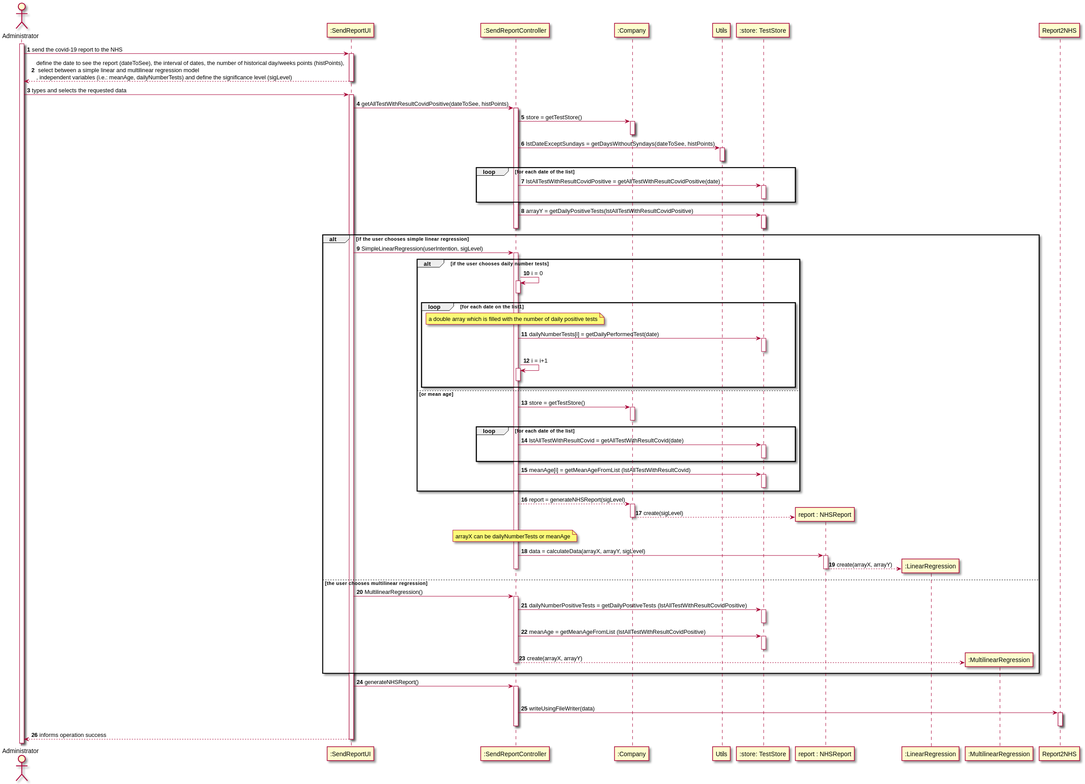
The PlantUML diagram docs/SprintD/US18/US18-SD.svg in 0franciscor/lei-21-s2-1de-g19, before a commit.
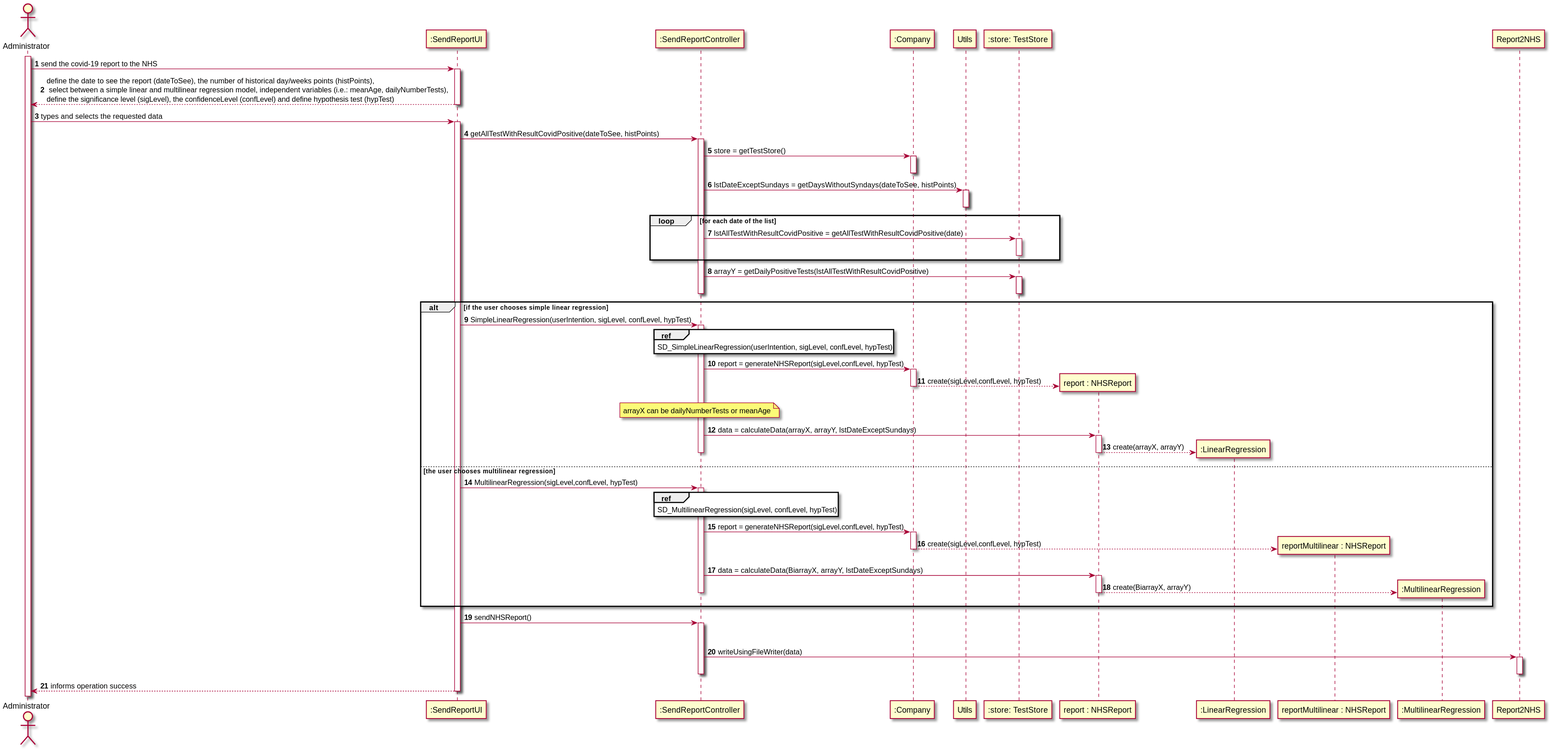
After the change.

Commit message:
[US18] - Alterações no SD e adição de user interactions

What changed in the source:
```diff
@@ -8,7 +8,7 @@
 
 A -> ":SendReportUI" : send the covid-19 report to the NHS
 activate ":SendReportUI"
-":SendReportUI" --> A: define the date to see the report (dateToSee), the interval of dates, the number of historical day/weeks points (histPoints), \n select between a simple linear and multilinear regression model\n, independent variables (i.e.: meanAge, dailyNumberTests) and define the significance level (sigLevel)
+":SendReportUI" --> A: define the date to see the report (dateToSee), the number of historical day/weeks points (histPoints),\n select between a simple linear and multilinear regression model, independent variables (i.e.: meanAge, dailyNumberTests), \ndefine the significance level (sigLevel), the confidenceLevel (confLevel) and define hypothesis test (hypTest)
 deactivate ":SendReportUI"
 
 A -> ":SendReportUI" : types and selects the requested data
@@ -40,58 +40,20 @@
 
 
 alt if the user chooses simple linear regression
-":SendReportUI" -> ":SendReportController" : SimpleLinearRegression(userIntention, sigLevel)
+":SendReportUI" -> ":SendReportController" : SimpleLinearRegression(userIntention, sigLevel, confLevel, hypTest)
 activate ":SendReportController"
 
-alt if the user chooses daily number tests
+ref over ":SendReportController" : SD_SimpleLinearRegression(userIntention, sigLevel, confLevel, hypTest)
 
-":SendReportController" -> ":SendReportController" : i = 0
-activate ":SendReportController"
-deactivate ":SendReportController"
-
-loop for each date on the list1
-note over ":SendReportController" : a double array which is filled with the number of daily positive tests
-":SendReportController" -> ":store: TestStore" : dailyNumberTests[i] = getDailyPerformedTest(date)
-activate ":store: TestStore"
-deactivate ":store: TestStore"
-
-
-":SendReportController" -> ":SendReportController" ++: i = i+1
-deactivate ":SendReportController"
-end
-
-else or mean age
-
-":SendReportController" -> ":Company" : store = getTestStore()
-activate ":Company"
-deactivate
-
-loop for each date of the list
-":SendReportController" -> ":store: TestStore" : lstAllTestWithResultCovid = getAllTestWithResultCovid(date)
-activate ":store: TestStore"
-deactivate ":store: TestStore"
-end
-
-
-
-
-
-
-":SendReportController" -> ":store: TestStore" : meanAge[i] = getMeanAgeFromList (lstAllTestWithResultCovid)
-activate ":store: TestStore"
-deactivate ":store: TestStore"
-end
-
-
-":SendReportController" --> ":Company" : report = generateNHSReport(sigLevel)
+":SendReportController" -> ":Company" : report = generateNHSReport(sigLevel,confLevel, hypTest)
 activate ":Company"
 create "report : NHSReport"
-":Company" --> "report : NHSReport" : create(sigLevel)
+":Company" --> "report : NHSReport" : create(sigLevel,confLevel, hypTest)
 deactivate ":Company"
 
 note over ":SendReportController" : arrayX can be dailyNumberTests or meanAge
 
-":SendReportController" -> "report : NHSReport": data = calculateData(arrayX, arrayY, sigLevel)
+":SendReportController" -> "report : NHSReport": data = calculateData(arrayX, arrayY, lstDateExceptSundays)
 activate "report : NHSReport"
 
 
@@ -105,28 +67,40 @@
 
 
 else the user chooses multilinear regression
-":SendReportUI" -> ":SendReportController" : MultilinearRegression()
+":SendReportUI" -> ":SendReportController" : MultilinearRegression(sigLevel,confLevel, hypTest)
 activate ":SendReportController"
 
 
+ref over ":SendReportController" : SD_MultilinearRegression(sigLevel, confLevel, hypTest)
 
-":SendReportController" -> ":store: TestStore" : dailyNumberPositiveTests = getDailyPositiveTests (lstAllTestWithResultCovidPositive)
-activate ":store: TestStore"
-deactivate ":store: TestStore"
+":SendReportController" -> ":Company" : report = generateNHSReport(sigLevel,confLevel, hypTest)
+activate ":Company"
+create "reportMultilinear : NHSReport"
+":Company" --> "reportMultilinear : NHSReport" : create(sigLevel,confLevel, hypTest)
+deactivate ":Company"
 
-":SendReportController" -> ":store: TestStore" : meanAge = getMeanAgeFromList (lstAllTestWithResultCovidPositive)
-activate ":store: TestStore"
-deactivate ":store: TestStore"
+
+":SendReportController" -> "report : NHSReport": data = calculateData(BiarrayX, arrayY, lstDateExceptSundays)
+activate "report : NHSReport"
+
+
 
 create ":MultilinearRegression"
-":SendReportController" --> ":MultilinearRegression" : create(arrayX, arrayY)
+
+"report : NHSReport" --> ":MultilinearRegression" : create(BiarrayX, arrayY)
+deactivate "report : NHSReport"
+
+
+
+
+
 
 deactivate ":SendReportController"
 end
 
 
 
-":SendReportUI" -> ":SendReportController" : generateNHSReport()
+":SendReportUI" -> ":SendReportController" : sendNHSReport()
 activate ":SendReportController"
 
 
```
